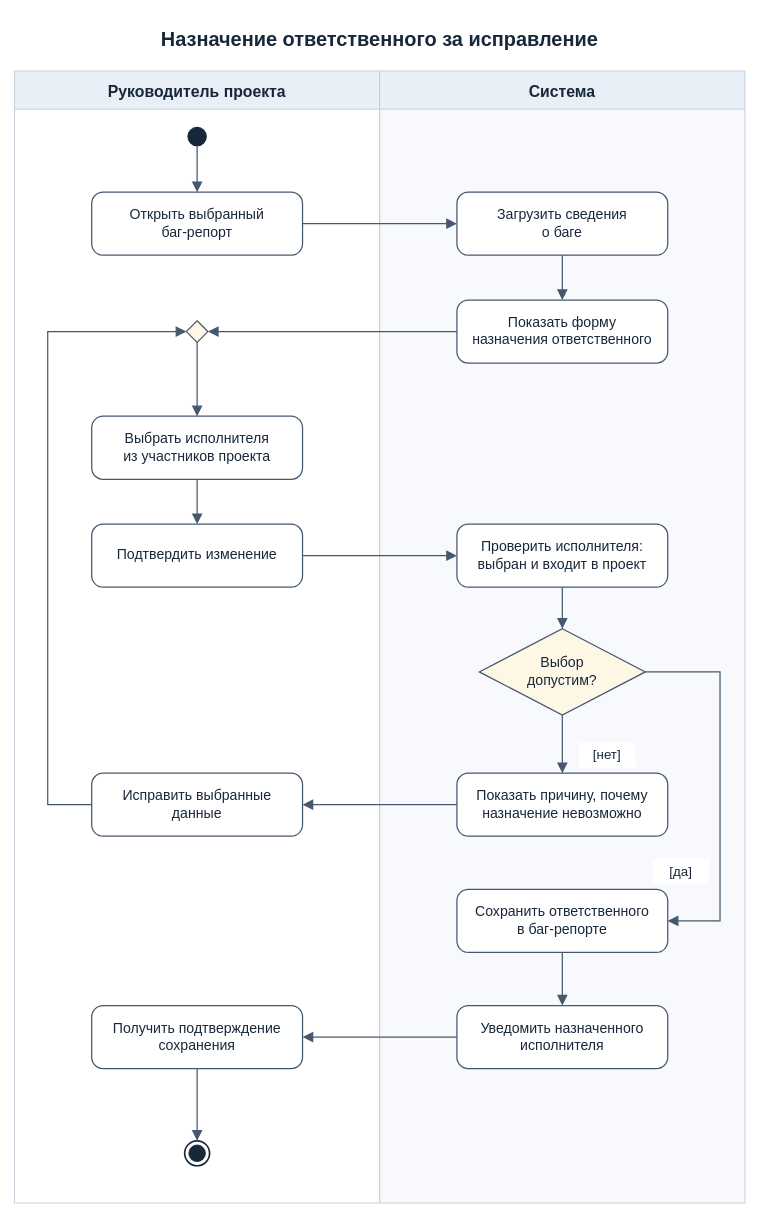
Earlier version of the draw.io diagram page "2. Назначить команду" (2 of 9) of Диаграммы активности.drawio (PrinceOfRaven/Bag-report-system). Source tidied: cells renumbered, new cells numbered last; positions are measured from the earlier drawing's top-left corner, leaving out a move shared by most shapes. Both pictures are drawn from the tidied source at 83%, with x=0, y=0 at pixel (14, 14).
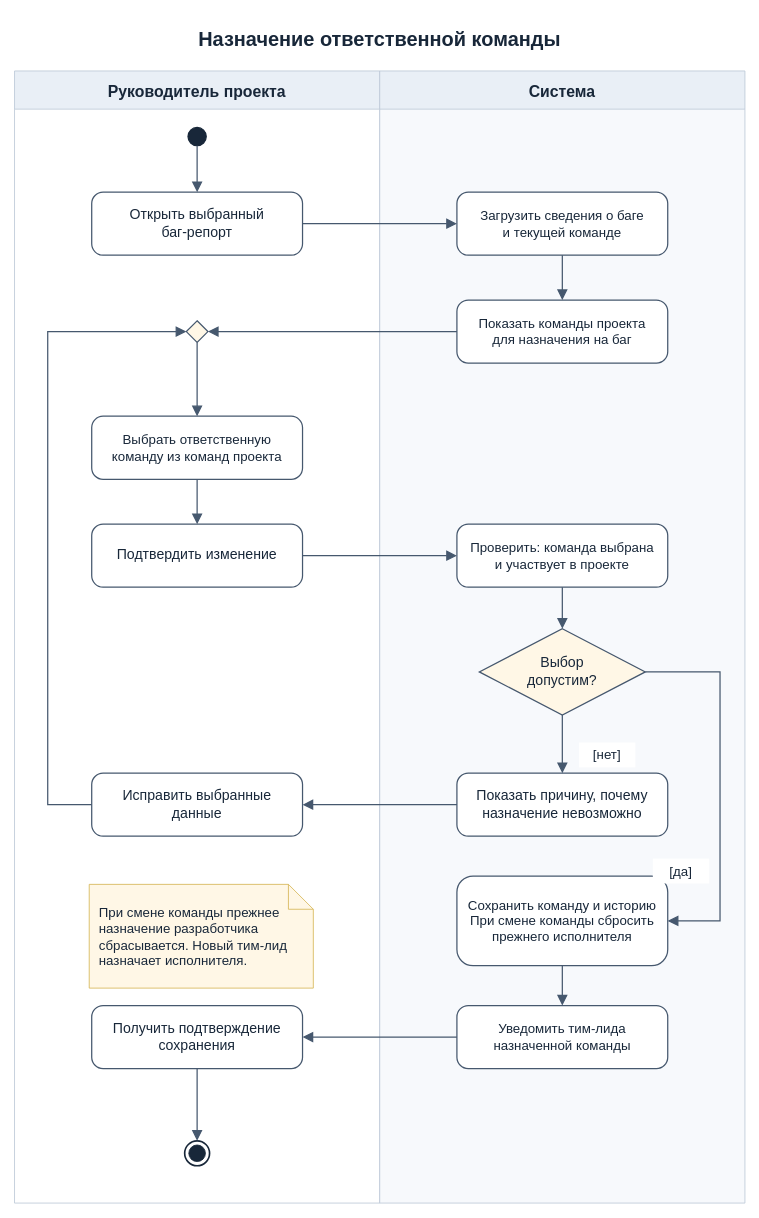
Above is the later version.

Commit message (it also covers changes not shown here):
тим лид назначает разраба из своей команды на конкретный баг-репорт

The change refers to these unchanged cells:
```xml
<mxCell id="3" value="Руководитель проекта" style="swimlane;horizontal=1;startSize=46;rounded=0;html=0;fillColor=#E9EFF6;swimlaneFillColor=#FFFFFF;strokeColor=#BCC8D6;fontFamily=Arial;fontSize=19;fontStyle=1;fontColor=#182739;" parent="1" vertex="1">
  <mxGeometry y="68" width="440" height="1364" as="geometry" />
</mxCell>
<mxCell id="13" value="Система" style="swimlane;horizontal=1;startSize=46;rounded=0;html=0;fillColor=#E9EFF6;swimlaneFillColor=#F7F9FC;strokeColor=#BCC8D6;fontFamily=Arial;fontSize=19;fontStyle=1;fontColor=#182739;" parent="1" vertex="1">
  <mxGeometry x="440" y="68" width="440" height="1364" as="geometry" />
</mxCell>
<mxCell id="17" value="Выбор&#10;допустим?" style="html=0;whiteSpace=wrap;fontFamily=Arial;fontSize=17;fontColor=#182739;strokeColor=#46586E;strokeWidth=1.5;rhombus;fillColor=#FFF7E6;" parent="13" vertex="1">
  <mxGeometry x="120" y="672" width="200" height="104" as="geometry" />
</mxCell>
```

Change to the diagram source:
```diff
@@
-    <mxCell id="2" value="Назначение ответственного за исправление" style="text;html=0;align=center;verticalAlign=middle;fontFamily=Arial;fontSize=24;fontStyle=1;fontColor=#182739;" parent="1" vertex="1">
+    <mxCell id="2" value="Назначение ответственной команды" style="text;html=0;align=center;verticalAlign=middle;fontFamily=Arial;fontSize=24;fontStyle=1;fontColor=#182739;" parent="1" vertex="1">
       <mxGeometry width="880" height="56" as="geometry" />
     </mxCell>
@@
-    <mxCell id="7" value="Выбрать исполнителя&#10;из участников проекта" style="html=0;whiteSpace=wrap;fontFamily=Arial;fontSize=17;fontColor=#182739;strokeColor=#46586E;strokeWidth=1.5;rounded=1;arcSize=18;fillColor=#FFFFFF;align=center;verticalAlign=middle;spacing=9;" parent="3" vertex="1">
+    <mxCell id="7" value="Выбрать ответственную&#10;команду из команд проекта" style="html=0;whiteSpace=wrap;fontFamily=Arial;fontSize=16;fontColor=#182739;strokeColor=#46586E;strokeWidth=1.5;rounded=1;arcSize=18;fillColor=#FFFFFF;align=center;verticalAlign=middle;spacing=9;" parent="3" vertex="1">
       <mxGeometry x="93" y="416" width="254" height="76" as="geometry" />
     </mxCell>
@@
-    <mxCell id="14" value="Загрузить сведения&#10;о баге" style="html=0;whiteSpace=wrap;fontFamily=Arial;fontSize=17;fontColor=#182739;strokeColor=#46586E;strokeWidth=1.5;rounded=1;arcSize=18;fillColor=#FFFFFF;align=center;verticalAlign=middle;spacing=9;" parent="13" vertex="1">
+    <mxCell id="14" value="Загрузить сведения о баге&#10;и текущей команде" style="html=0;whiteSpace=wrap;fontFamily=Arial;fontSize=16;fontColor=#182739;strokeColor=#46586E;strokeWidth=1.5;rounded=1;arcSize=18;fillColor=#FFFFFF;align=center;verticalAlign=middle;spacing=9;" parent="13" vertex="1">
       <mxGeometry x="93" y="146" width="254" height="76" as="geometry" />
     </mxCell>
-    <mxCell id="15" value="Показать форму&#10;назначения ответственного" style="html=0;whiteSpace=wrap;fontFamily=Arial;fontSize=17;fontColor=#182739;strokeColor=#46586E;strokeWidth=1.5;rounded=1;arcSize=18;fillColor=#FFFFFF;align=center;verticalAlign=middle;spacing=9;" parent="13" vertex="1">
+    <mxCell id="15" value="Показать команды проекта&#10;для назначения на баг" style="html=0;whiteSpace=wrap;fontFamily=Arial;fontSize=16;fontColor=#182739;strokeColor=#46586E;strokeWidth=1.5;rounded=1;arcSize=18;fillColor=#FFFFFF;align=center;verticalAlign=middle;spacing=9;" parent="13" vertex="1">
       <mxGeometry x="93" y="276" width="254" height="76" as="geometry" />
     </mxCell>
-    <mxCell id="16" value="Проверить исполнителя:&#10;выбран и входит в проект" style="html=0;whiteSpace=wrap;fontFamily=Arial;fontSize=17;fontColor=#182739;strokeColor=#46586E;strokeWidth=1.5;rounded=1;arcSize=18;fillColor=#FFFFFF;align=center;verticalAlign=middle;spacing=9;" parent="13" vertex="1">
+    <mxCell id="16" value="Проверить: команда выбрана&#10;и участвует в проекте" style="html=0;whiteSpace=wrap;fontFamily=Arial;fontSize=16;fontColor=#182739;strokeColor=#46586E;strokeWidth=1.5;rounded=1;arcSize=18;fillColor=#FFFFFF;align=center;verticalAlign=middle;spacing=9;" parent="13" vertex="1">
       <mxGeometry x="93" y="546" width="254" height="76" as="geometry" />
     </mxCell>
@@
-    <mxCell id="19" value="Сохранить ответственного&#10;в баг-репорте" style="html=0;whiteSpace=wrap;fontFamily=Arial;fontSize=17;fontColor=#182739;strokeColor=#46586E;strokeWidth=1.5;rounded=1;arcSize=18;fillColor=#FFFFFF;align=center;verticalAlign=middle;spacing=9;" parent="13" vertex="1">
-      <mxGeometry x="93" y="986" width="254" height="76" as="geometry" />
+    <mxCell id="19" value="Сохранить команду и историю&#10;При смене команды сбросить&#10;прежнего исполнителя" style="html=0;whiteSpace=wrap;fontFamily=Arial;fontSize=16;fontColor=#182739;strokeColor=#46586E;strokeWidth=1.5;rounded=1;arcSize=18;fillColor=#FFFFFF;align=center;verticalAlign=middle;spacing=9;" parent="13" vertex="1">
+      <mxGeometry x="93" y="970" width="254" height="108" as="geometry" />
     </mxCell>
-    <mxCell id="20" value="Уведомить назначенного&#10;исполнителя" style="html=0;whiteSpace=wrap;fontFamily=Arial;fontSize=17;fontColor=#182739;strokeColor=#46586E;strokeWidth=1.5;rounded=1;arcSize=18;fillColor=#FFFFFF;align=center;verticalAlign=middle;spacing=9;" parent="13" vertex="1">
+    <mxCell id="20" value="Уведомить тим-лида&#10;назначенной команды" style="html=0;whiteSpace=wrap;fontFamily=Arial;fontSize=16;fontColor=#182739;strokeColor=#46586E;strokeWidth=1.5;rounded=1;arcSize=18;fillColor=#FFFFFF;align=center;verticalAlign=middle;spacing=9;" parent="13" vertex="1">
       <mxGeometry x="93" y="1126" width="254" height="76" as="geometry" />
     </mxCell>
@@
     <mxCell id="33" style="edgeStyle=segmentEdgeStyle;rounded=0;jettySize=0;html=0;endArrow=block;endFill=1;endSize=9;strokeColor=#46586E;strokeWidth=1.5;exitX=1;exitY=0.5;entryX=1;entryY=0.5;exitPerimeter=1;entryPerimeter=1;" parent="1" edge="1" source="17" target="19">
       <mxGeometry relative="1" as="geometry">
         <Array as="points">
+          <mxPoint x="850" y="792" />
           <mxPoint x="850" y="1092" />
         </Array>
       </mxGeometry>
     </mxCell>
@@
+    <mxCell id="38" value="При смене команды прежнее&#10;назначение разработчика&#10;сбрасывается. Новый тим-лид&#10;назначает исполнителя." style="shape=note;html=0;whiteSpace=wrap;fontFamily=Arial;fontSize=16;spacing=12;fillColor=#FFF7E6;strokeColor=#D6B656;fontColor=#182739;align=left;" parent="3" vertex="1">
+      <mxGeometry x="90" y="980" width="270" height="125" as="geometry" />
+    </mxCell>
```
